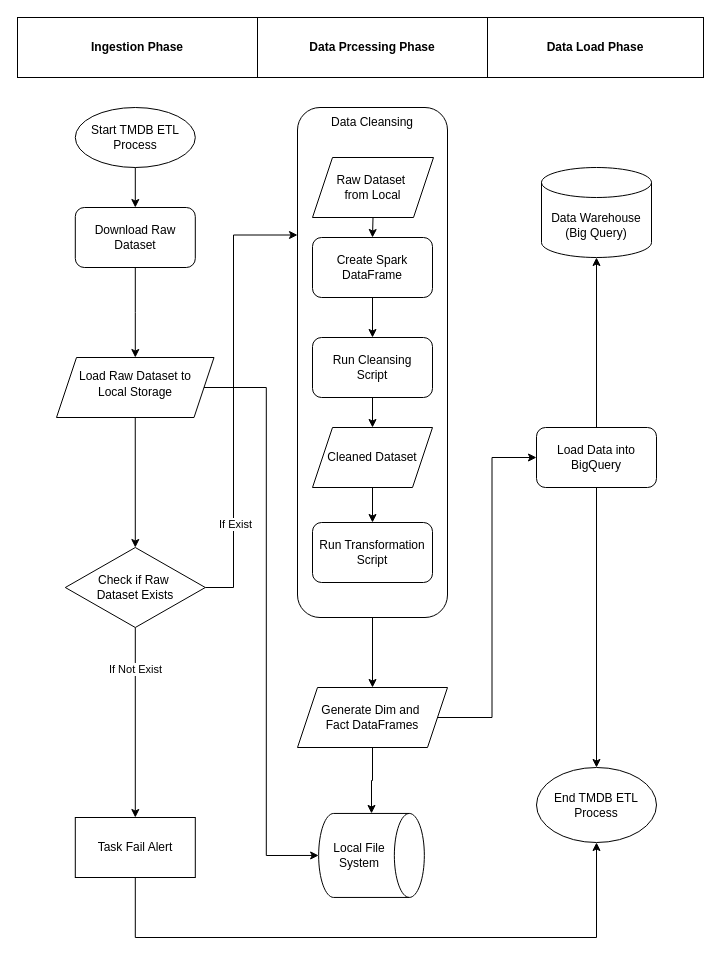
Before: doc/diagram/flow_diagram.drawio in 6587093polakornming/Airflow_Spark_Local, a draw.io diagram. Source tidied: cells renumbered, new cells numbered last; positions are measured from the earlier drawing's top-left corner, leaving out a move shared by most shapes. Both pictures are drawn from the tidied source at 100%, with x=0, y=0 at pixel (17, 17).
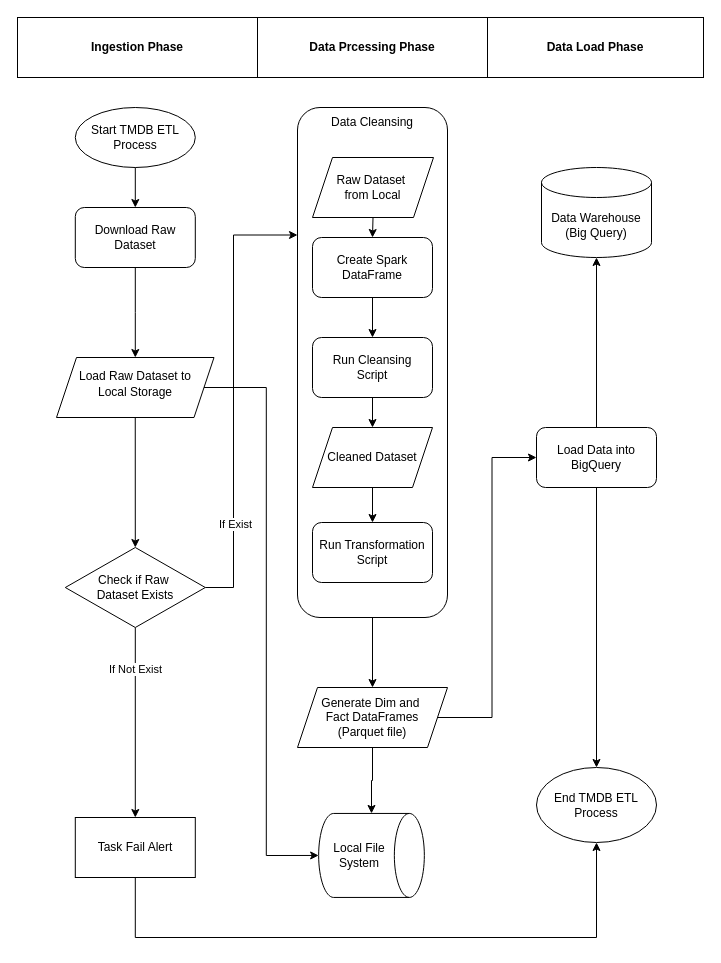
Above is the later version.

Change to the diagram source:
```diff
@@
-    <mxCell id="17" value="Generate Dim and&amp;nbsp;&lt;div&gt;Fact DataFrames&lt;/div&gt;" style="shape=parallelogram;perimeter=parallelogramPerimeter;whiteSpace=wrap;html=1;fixedSize=1;" parent="1" vertex="1">
+    <mxCell id="17" value="Generate Dim and&amp;nbsp;&lt;div&gt;Fact DataFrames &lt;br&gt;(Parquet file)&lt;/div&gt;" style="shape=parallelogram;perimeter=parallelogramPerimeter;whiteSpace=wrap;html=1;fixedSize=1;" parent="1" vertex="1">
       <mxGeometry x="280" y="670" width="150" height="60" as="geometry" />
     </mxCell>
```
